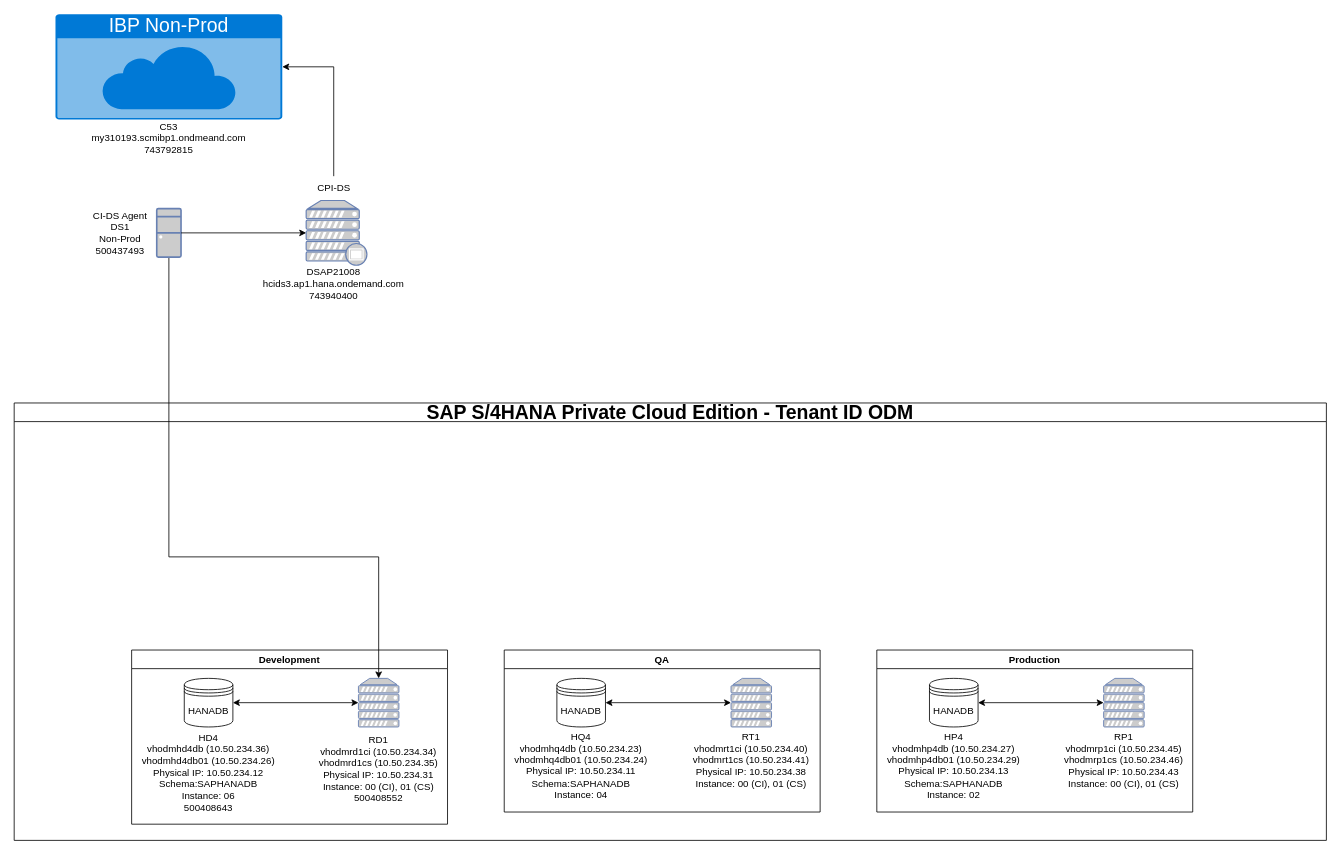
Before: Network Landscape.drawio in acookoz/themanmountain.github.io, a draw.io diagram. Source tidied: cells renumbered, new cells numbered last; positions are measured from the earlier drawing's top-left corner, leaving out a move shared by most shapes. Both pictures are drawn from the tidied source at 81%, with x=0, y=0 at pixel (14, 14).
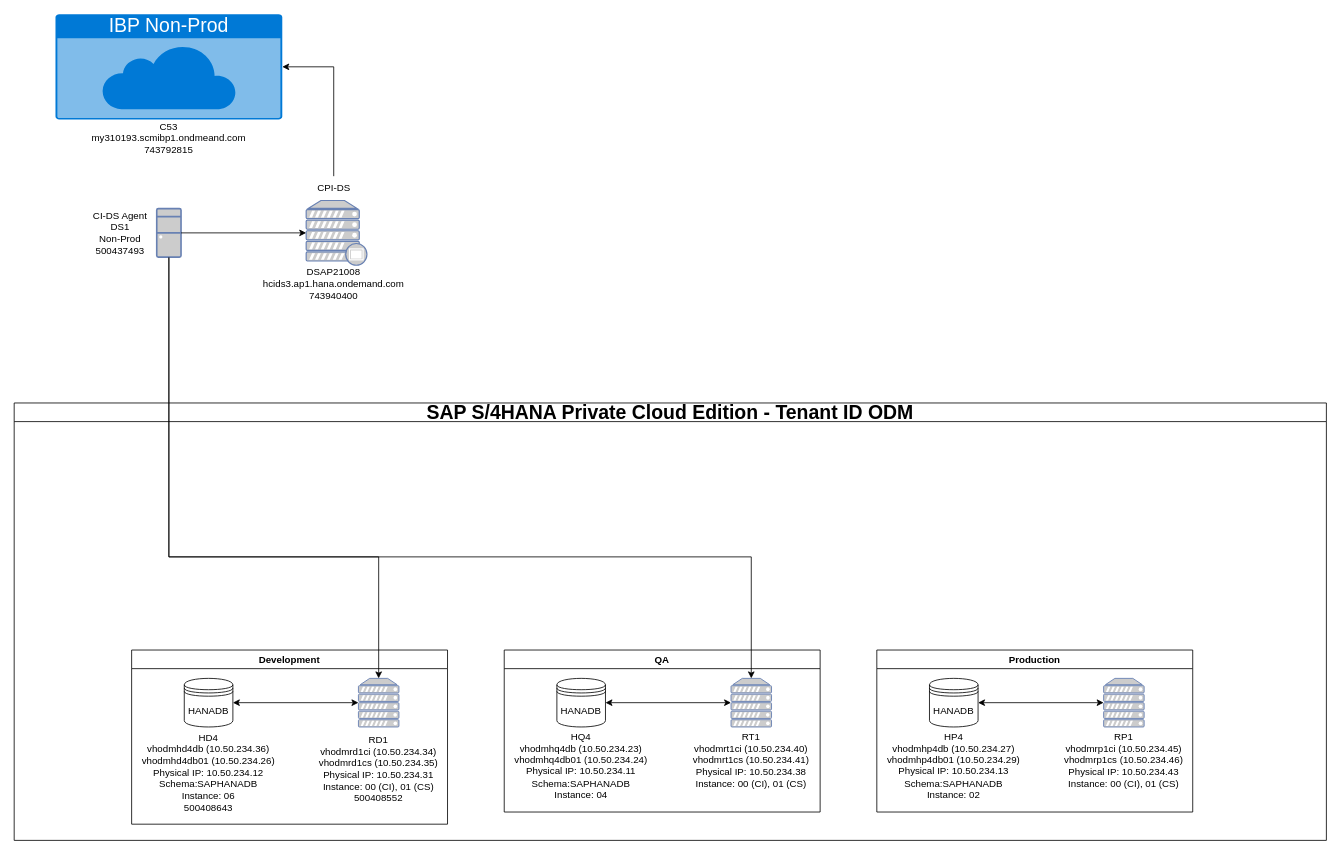
The same diagram, later.

Unchanged cells that the change refers to:
```xml
<mxCell id="19" style="fontColor=#0066CC;verticalAlign=top;verticalLabelPosition=bottom;labelPosition=center;align=center;html=1;outlineConnect=0;fillColor=#CCCCCC;strokeColor=#6881B3;gradientColor=none;gradientDirection=north;strokeWidth=2;shape=mxgraph.networks.server;" parent="13" vertex="1">
  <mxGeometry x="290" y="35" width="50" height="60" as="geometry" />
</mxCell>
<mxCell id="36" style="fontColor=#0066CC;verticalAlign=top;verticalLabelPosition=bottom;labelPosition=center;align=center;html=1;outlineConnect=0;fillColor=#CCCCCC;strokeColor=#6881B3;gradientColor=none;gradientDirection=north;strokeWidth=2;shape=mxgraph.networks.desktop_pc;" parent="1" vertex="1">
  <mxGeometry x="176" y="240" width="30" height="60" as="geometry" />
</mxCell>
```

Diff of the diagram source:
```diff
@@
+    <mxCell id="39" style="edgeStyle=orthogonalEdgeStyle;rounded=0;jettySize=auto;html=1;endArrow=none;endFill=0;startArrow=classic;startFill=1;" parent="1" edge="1" source="19" target="36">
+      <mxGeometry relative="1" as="geometry">
+        <Array as="points">
+          <mxPoint x="910" y="670" />
+          <mxPoint x="191" y="670" />
+        </Array>
+      </mxGeometry>
+    </mxCell>
```
